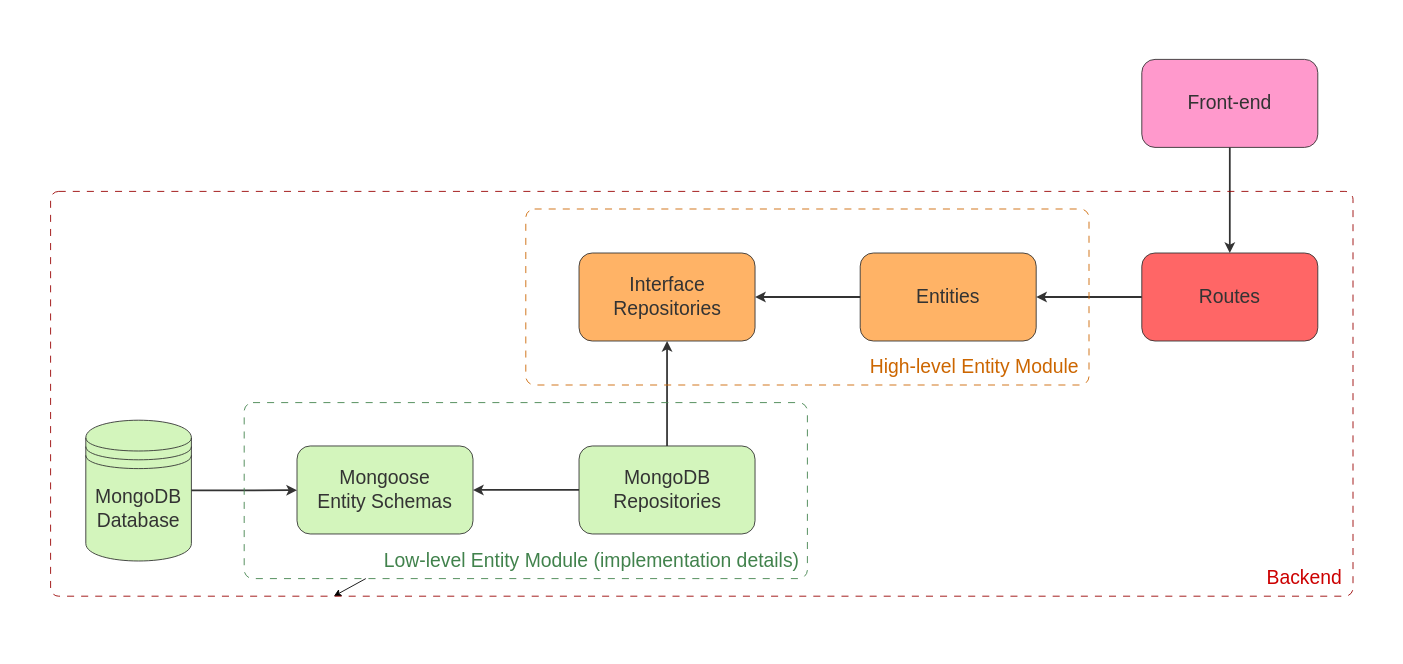
MathisJANKOVIC/EatInGreen keeps this draw.io diagram as docs/diagrams/architecture.drawio. Above is the earlier version. Source tidied: cells renumbered, new cells numbered last; positions are measured from the earlier drawing's top-left corner, leaving out a move shared by most shapes. Both pictures are drawn from the tidied source at 88%, with x=0, y=0 at pixel (15, 15).
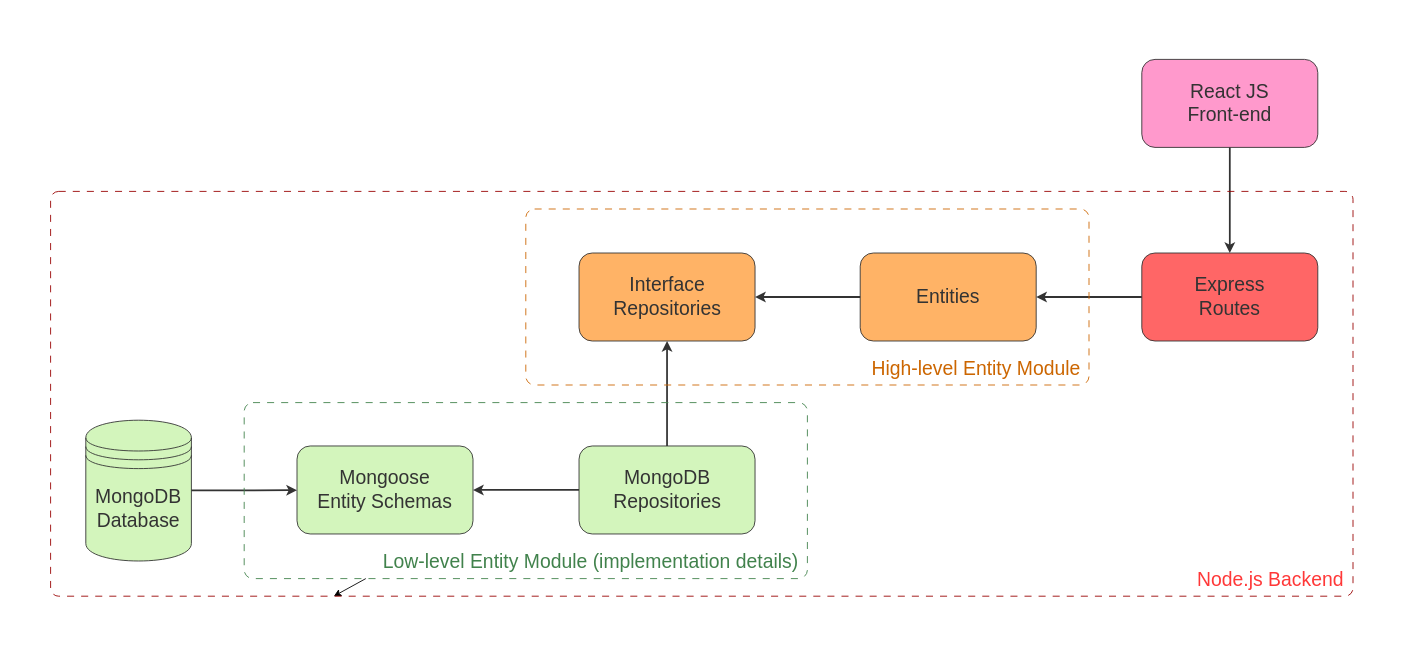
Above is the later version.

Commit message (it also covers changes not shown here):
Add more details to architecture diagram

Unchanged cells that the change refers to:
```xml
<mxCell id="2" style="swimlane;startSize=0;strokeColor=none;" parent="1" vertex="1">
  <mxGeometry width="1560" height="720" as="geometry" />
</mxCell>
```

The edit, as a diff of the source:
```diff
@@
-    <mxCell id="10" value="&lt;span style=&quot;font-size: 22px;&quot;&gt;Routes&lt;/span&gt;" style="rounded=1;whiteSpace=wrap;html=1;strokeColor=#333333;fontColor=#333333;fillColor=#FF6666;" parent="2" vertex="1">
+    <mxCell id="10" value="&lt;span style=&quot;font-size: 22px;&quot;&gt;Express&lt;br&gt;Routes&lt;/span&gt;" style="rounded=1;whiteSpace=wrap;html=1;strokeColor=#333333;fontColor=#333333;fillColor=#FF6666;" parent="2" vertex="1">
       <mxGeometry x="1280" y="270" width="200" height="100" as="geometry" />
     </mxCell>
@@
-    <mxCell id="12" value="&lt;span style=&quot;font-size: 22px;&quot;&gt;Front-end&lt;/span&gt;" style="rounded=1;whiteSpace=wrap;html=1;strokeColor=#333333;fontColor=#333333;fillColor=#FF99CC;" parent="2" vertex="1">
+    <mxCell id="12" value="&lt;span style=&quot;font-size: 22px;&quot;&gt;React JS&lt;br&gt;Front-end&lt;/span&gt;" style="rounded=1;whiteSpace=wrap;html=1;strokeColor=#333333;fontColor=#333333;fillColor=#FF99CC;" parent="2" vertex="1">
       <mxGeometry x="1280" y="50" width="200" height="100" as="geometry" />
     </mxCell>
@@
     <mxCell id="17" value="&lt;font&gt;High-level Entity Module&lt;/font&gt;" style="text;strokeColor=none;align=center;fillColor=none;html=1;verticalAlign=middle;whiteSpace=wrap;rounded=0;shadow=0;glass=0;dashed=1;dashPattern=8 8;sketch=0;fontSize=22;fontColor=#CC6600;" parent="2" vertex="1">
-      <mxGeometry x="960" y="380" width="260" height="40" as="geometry" />
+      <mxGeometry x="962" y="382" width="260" height="40" as="geometry" />
     </mxCell>
@@
     <mxCell id="20" value="Low-level Entity Module (implementation details)" style="text;strokeColor=none;align=center;fillColor=none;html=1;verticalAlign=middle;whiteSpace=wrap;rounded=0;shadow=0;glass=0;dashed=1;dashPattern=8 8;sketch=0;fontSize=22;fontColor=#41824C;" parent="2" vertex="1">
-      <mxGeometry x="410" y="600" width="490" height="40" as="geometry" />
+      <mxGeometry x="409" y="601" width="490" height="40" as="geometry" />
     </mxCell>
@@
-    <mxCell id="22" value="&lt;font color=&quot;#cc0000&quot;&gt;Backend&lt;/font&gt;" style="text;strokeColor=none;align=center;fillColor=none;html=1;verticalAlign=middle;whiteSpace=wrap;rounded=0;shadow=0;glass=0;dashed=1;dashPattern=8 8;sketch=0;fontSize=22;fontColor=#CC6600;" parent="2" vertex="1">
-      <mxGeometry x="1410" y="620" width="110" height="40" as="geometry" />
+    <mxCell id="22" value="&lt;font&gt;Node.js Backend&lt;/font&gt;" style="text;strokeColor=none;align=center;fillColor=none;html=1;verticalAlign=middle;whiteSpace=wrap;rounded=0;shadow=0;glass=0;dashed=1;dashPattern=8 8;sketch=0;fontSize=22;fontColor=#FF3838;" parent="2" vertex="1">
+      <mxGeometry x="1338" y="622" width="177" height="40" as="geometry" />
     </mxCell>
```
